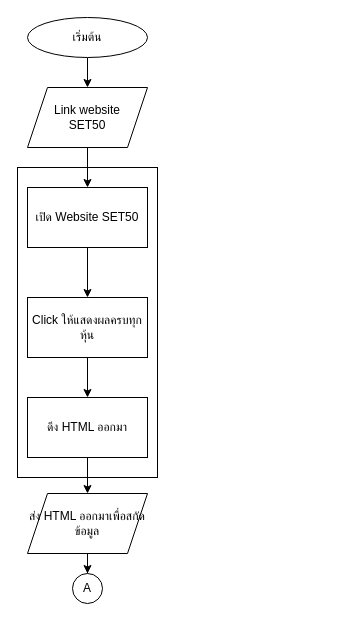
Earlier version of the draw.io diagram ThaiStock01.drawio (PrasertLoprasert/ThaiStock). Source tidied: cells renumbered, new cells numbered last; positions are measured from the earlier drawing's top-left corner, leaving out a move shared by most shapes. Both pictures are drawn from the tidied source at 100%, with x=0, y=0 at pixel (17, 17).
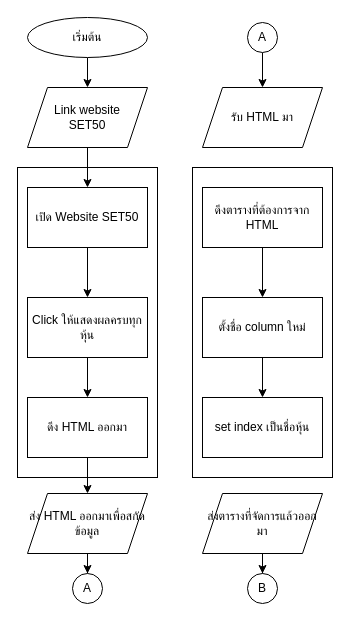
The same page after the edit.

The edit, as a diff of the source:
```diff
@@
+    <mxCell id="16" style="edgeStyle=orthogonalEdgeStyle;rounded=0;jettySize=auto;html=1;" parent="1" edge="1" source="17" target="18">
+      <mxGeometry relative="1" as="geometry" />
+    </mxCell>
+    <mxCell id="17" value="A" style="ellipse;whiteSpace=wrap;html=1;" parent="1" vertex="1">
+      <mxGeometry x="230" y="5" width="30" height="30" as="geometry" />
+    </mxCell>
+    <mxCell id="18" value="รับ HTML มา" style="shape=parallelogram;perimeter=parallelogramPerimeter;whiteSpace=wrap;html=1;fixedSize=1;" parent="1" vertex="1">
+      <mxGeometry x="185" y="70" width="120" height="60" as="geometry" />
+    </mxCell>
+    <mxCell id="19" style="rounded=0;whiteSpace=wrap;html=1;" parent="1" vertex="1">
+      <mxGeometry x="175" y="150" width="140" height="310" as="geometry" />
+    </mxCell>
+    <mxCell id="20" style="edgeStyle=orthogonalEdgeStyle;rounded=0;jettySize=auto;html=1;" parent="1" edge="1" source="21" target="23">
+      <mxGeometry relative="1" as="geometry" />
+    </mxCell>
+    <mxCell id="21" value="ดึงตารางที่ต้องการจาก HTML" style="rounded=0;whiteSpace=wrap;html=1;" parent="1" vertex="1">
+      <mxGeometry x="185" y="170" width="120" height="60" as="geometry" />
+    </mxCell>
+    <mxCell id="22" style="edgeStyle=orthogonalEdgeStyle;rounded=0;jettySize=auto;html=1;" parent="1" edge="1" source="23" target="24">
+      <mxGeometry relative="1" as="geometry" />
+    </mxCell>
+    <mxCell id="23" value="ตั้งชื่อ column ใหม่" style="whiteSpace=wrap;html=1;rounded=0;" parent="1" vertex="1">
+      <mxGeometry x="185" y="280" width="120" height="60" as="geometry" />
+    </mxCell>
+    <mxCell id="24" value="set index เป็นชื่อหุ้น" style="whiteSpace=wrap;html=1;rounded=0;" parent="1" vertex="1">
+      <mxGeometry x="185" y="380" width="120" height="60" as="geometry" />
+    </mxCell>
+    <mxCell id="25" style="edgeStyle=orthogonalEdgeStyle;rounded=0;jettySize=auto;html=1;" parent="1" edge="1" source="27" target="26">
+      <mxGeometry relative="1" as="geometry" />
+    </mxCell>
+    <mxCell id="26" value="B" style="ellipse;whiteSpace=wrap;html=1;" parent="1" vertex="1">
+      <mxGeometry x="230" y="556" width="30" height="30" as="geometry" />
+    </mxCell>
+    <mxCell id="27" value="ส่งตารางที่จัดการแล้วออกมา" style="shape=parallelogram;perimeter=parallelogramPerimeter;whiteSpace=wrap;html=1;fixedSize=1;rounded=0;" parent="1" vertex="1">
+      <mxGeometry x="185" y="476" width="120" height="60" as="geometry" />
+    </mxCell>
```
